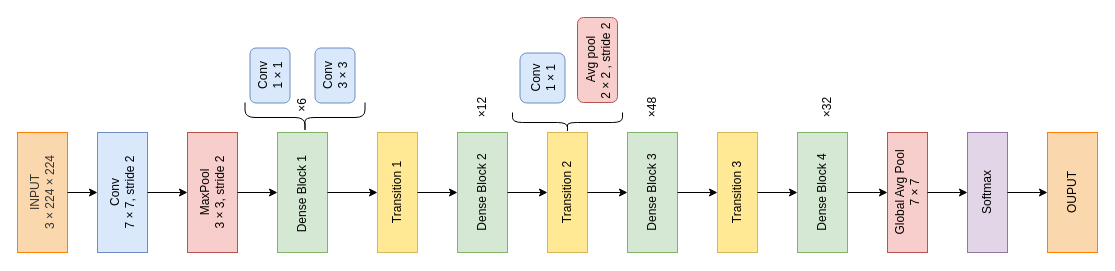
This is DensNet.drawio from TomalAhmmedPantho/CSE438, a draw.io file, before an edit. Source tidied: cells renumbered, new cells numbered last; positions are measured from the earlier drawing's top-left corner, leaving out a move shared by most shapes. Both pictures are drawn from the tidied source at 100%, with x=0, y=0 at pixel (-18, 39).
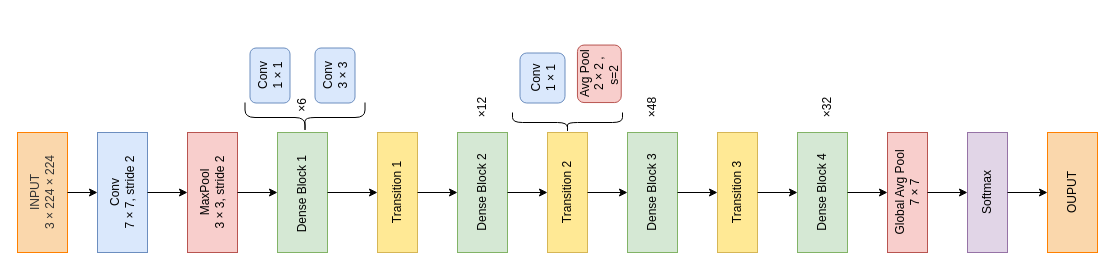
After the change.

What changed in the source:
```diff
@@
-    <mxCell id="24" value="Avg pool&lt;div&gt;2 × 2&amp;nbsp;, stride 2&amp;nbsp;&lt;/div&gt;" style="rounded=1;whiteSpace=wrap;html=1;fillColor=#f8cecc;strokeColor=#b85450;rotation=-90;" parent="1" vertex="1">
-      <mxGeometry x="572.5" y="0.5" width="85" height="40" as="geometry" />
+    <mxCell id="24" value="Avg Pool&lt;div&gt;2 × 2&amp;nbsp;, s=2&amp;nbsp;&lt;/div&gt;" style="rounded=1;whiteSpace=wrap;html=1;fillColor=#f8cecc;strokeColor=#b85450;rotation=-90;" parent="1" vertex="1">
+      <mxGeometry x="588.1" y="12.4" width="57.5" height="43.8" as="geometry" />
     </mxCell>
```
